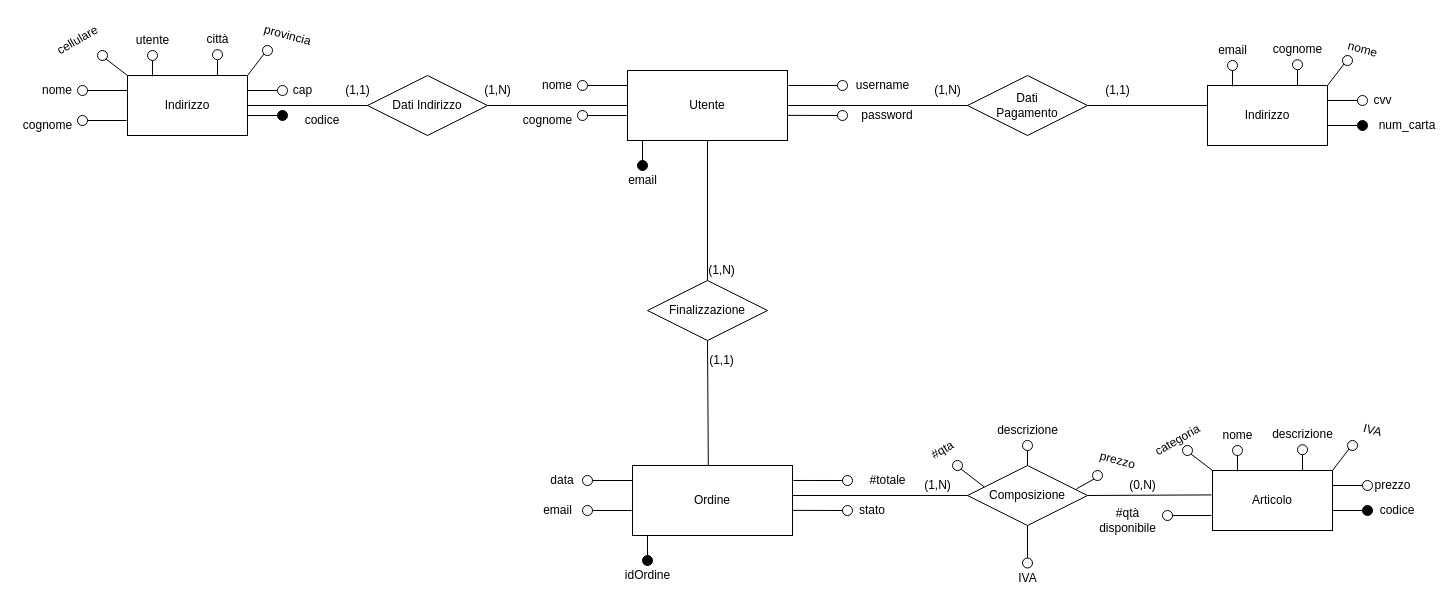
Earlier version of the draw.io diagram db/schemaER.drawio (Polidoro-Toriello/PCO). Source tidied: cells renumbered, new cells numbered last; positions are measured from the earlier drawing's top-left corner, leaving out a move shared by most shapes. Both pictures are drawn from the tidied source at 100%, with x=0, y=0 at pixel (17, 25).
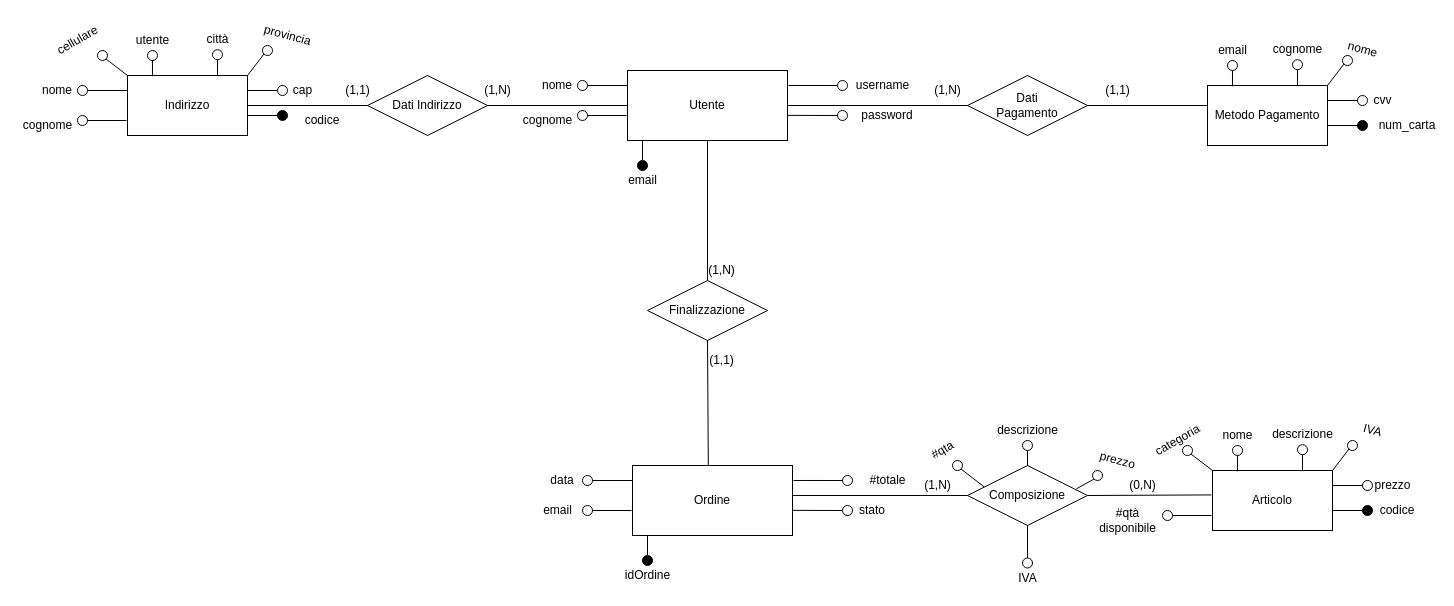
Above is the later version.

Change to the diagram source:
```diff
@@
-    <mxCell id="49" value="Indirizzo" style="rounded=0;whiteSpace=wrap;html=1;fillColor=#FFFFFF;" parent="1" vertex="1">
+    <mxCell id="49" value="&lt;div&gt;Metodo Pagamento&lt;/div&gt;" style="rounded=0;whiteSpace=wrap;html=1;fillColor=#FFFFFF;" parent="1" vertex="1">
       <mxGeometry x="1190" y="60" width="120" height="60" as="geometry" />
     </mxCell>
```
